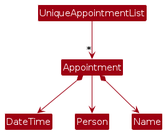
Before: diagrams/AppointmentClassDiagram.png, a diagram exported from PlantUML (hjoneweek/tp). Its source is kept beside it as diagrams/AppointmentClassDiagram.puml.
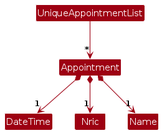
Later version of the same file.

The edit, as a diff of the source:
```diff
@@ -5,7 +5,7 @@
 skinparam classBackgroundColor MODEL_COLOR
 
 UniqueAppointmentList -down-> "*" Appointment
-Appointment *--> DateTime
-Appointment --> Person
-Appointment *--> Name
+Appointment *--> "1" DateTime
+Appointment *--> "1" Nric
+Appointment *--> "1" Name
 @enduml
```
